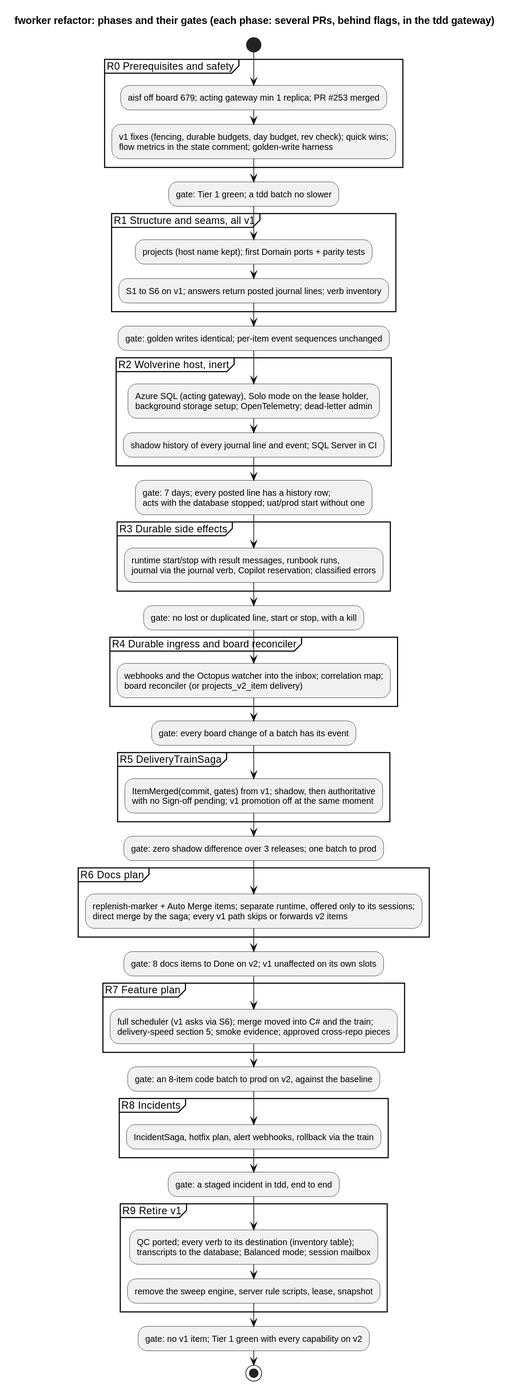
Earlier version of the PlantUML export docs/design/diagrams/fwr-phases.svg (clearmeasure-aisf-sample-apps/cmdemo1-fworker).
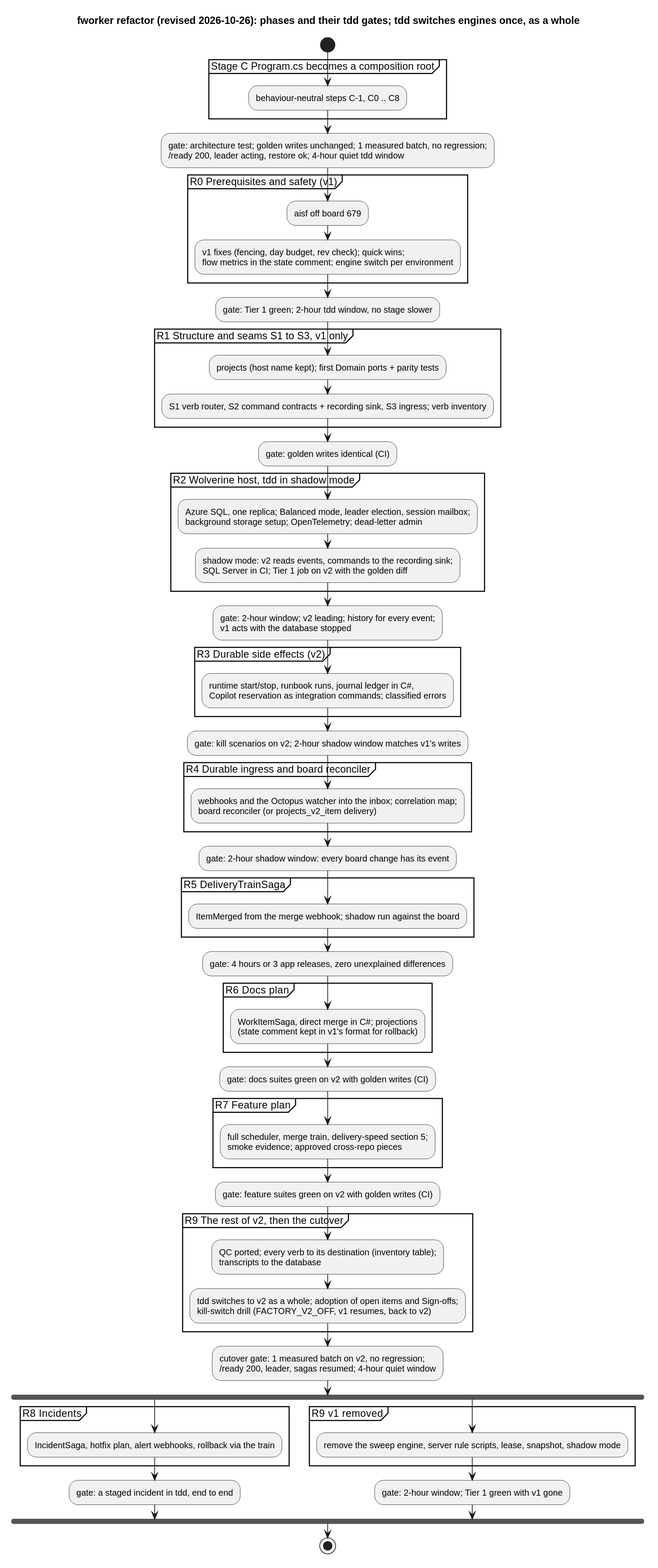
Above is the later version.

Commit message:
Design: post-stage-C plan fitted to tdd-only acceptance and approval-free merges

The edit, as a diff of the source:
```diff
@@ -1,51 +1,62 @@
 @startuml
 skinparam dpi 150
-title fworker refactor: phases and their gates (each phase: several PRs, behind flags, in the tdd gateway)
+title fworker refactor (revised 2026-10-26): phases and their tdd gates; tdd switches engines once, as a whole
 
 start
-partition "R0  Prerequisites and safety" {
-  :aisf off board 679; acting gateway min 1 replica; PR #253 merged;
-  :v1 fixes (fencing, durable budgets, day budget, rev check); quick wins;\nflow metrics in the state comment; golden-write harness;
+partition "Stage C  Program.cs becomes a composition root" {
+  :behaviour-neutral steps C-1, C0 .. C8;
 }
-:gate: Tier 1 green; a tdd batch no slower;
-partition "R1  Structure and seams, all v1" {
+:gate: architecture test; golden writes unchanged; 1 measured batch, no regression;\n/ready 200, leader acting, restore ok; 4-hour quiet tdd window;
+partition "R0  Prerequisites and safety (v1)" {
+  :aisf off board 679;
+  :v1 fixes (fencing, day budget, rev check); quick wins;\nflow metrics in the state comment; engine switch per environment;
+}
+:gate: Tier 1 green; 2-hour tdd window, no stage slower;
+partition "R1  Structure and seams S1 to S3, v1 only" {
   :projects (host name kept); first Domain ports + parity tests;
-  :S1 to S6 on v1; answers return posted journal lines; verb inventory;
+  :S1 verb router, S2 command contracts + recording sink, S3 ingress; verb inventory;
 }
-:gate: golden writes identical; per-item event sequences unchanged;
-partition "R2  Wolverine host, inert" {
-  :Azure SQL (acting gateway), Solo mode on the lease holder,\nbackground storage setup; OpenTelemetry; dead-letter admin;
-  :shadow history of every journal line and event; SQL Server in CI;
+:gate: golden writes identical (CI);
+partition "R2  Wolverine host, tdd in shadow mode" {
+  :Azure SQL, one replica; Balanced mode, leader election, session mailbox;\nbackground storage setup; OpenTelemetry; dead-letter admin;
+  :shadow mode: v2 reads events, commands to the recording sink;\nSQL Server in CI; Tier 1 job on v2 with the golden diff;
 }
-:gate: 7 days; every posted line has a history row;\nacts with the database stopped; uat/prod start without one;
-partition "R3  Durable side effects" {
-  :runtime start/stop with result messages, runbook runs,\njournal via the journal verb, Copilot reservation; classified errors;
+:gate: 2-hour window; v2 leading; history for every event;\nv1 acts with the database stopped;
+partition "R3  Durable side effects (v2)" {
+  :runtime start/stop, runbook runs, journal ledger in C#,\nCopilot reservation as integration commands; classified errors;
 }
-:gate: no lost or duplicated line, start or stop, with a kill;
+:gate: kill scenarios on v2; 2-hour shadow window matches v1's writes;
 partition "R4  Durable ingress and board reconciler" {
   :webhooks and the Octopus watcher into the inbox; correlation map;\nboard reconciler (or projects_v2_item delivery);
 }
-:gate: every board change of a batch has its event;
+:gate: 2-hour shadow window: every board change has its event;
 partition "R5  DeliveryTrainSaga" {
-  :ItemMerged(commit, gates) from v1; shadow, then authoritative\nwith no Sign-off pending; v1 promotion off at the same moment;
+  :ItemMerged from the merge webhook; shadow run against the board;
 }
-:gate: zero shadow difference over 3 releases; one batch to prod;
+:gate: 4 hours or 3 app releases, zero unexplained differences;
 partition "R6  Docs plan" {
-  :replenish-marker + Auto Merge items; separate runtime, offered only to its sessions;\ndirect merge by the saga; every v1 path skips or forwards v2 items;
+  :WorkItemSaga, direct merge in C#; projections\n(state comment kept in v1's format for rollback);
 }
-:gate: 8 docs items to Done on v2; v1 unaffected on its own slots;
+:gate: docs suites green on v2 with golden writes (CI);
 partition "R7  Feature plan" {
-  :full scheduler (v1 asks via S6); merge moved into C# and the train;\ndelivery-speed section 5; smoke evidence; approved cross-repo pieces;
+  :full scheduler, merge train, delivery-speed section 5;\nsmoke evidence; approved cross-repo pieces;
 }
-:gate: an 8-item code batch to prod on v2, against the baseline;
-partition "R8  Incidents" {
-  :IncidentSaga, hotfix plan, alert webhooks, rollback via the train;
+:gate: feature suites green on v2 with golden writes (CI);
+partition "R9  The rest of v2, then the cutover" {
+  :QC ported; every verb to its destination (inventory table);\ntranscripts to the database;
+  :tdd switches to v2 as a whole; adoption of open items and Sign-offs;\nkill-switch drill (FACTORY_V2_OFF, v1 resumes, back to v2);
 }
-:gate: a staged incident in tdd, end to end;
-partition "R9  Retire v1" {
-  :QC ported; every verb to its destination (inventory table);\ntranscripts to the database; Balanced mode; session mailbox;
-  :remove the sweep engine, server rule scripts, lease, snapshot;
-}
-:gate: no v1 item; Tier 1 green with every capability on v2;
+:cutover gate: 1 measured batch on v2, no regression;\n/ready 200, leader, sagas resumed; 4-hour quiet window;
+fork
+  partition "R8  Incidents" {
+    :IncidentSaga, hotfix plan, alert webhooks, rollback via the train;
+  }
+  :gate: a staged incident in tdd, end to end;
+fork again
+  partition "R9  v1 removed" {
+    :remove the sweep engine, server rule scripts, lease, snapshot, shadow mode;
+  }
+  :gate: 2-hour window; Tier 1 green with v1 gone;
+end fork
 stop
 @enduml
```
